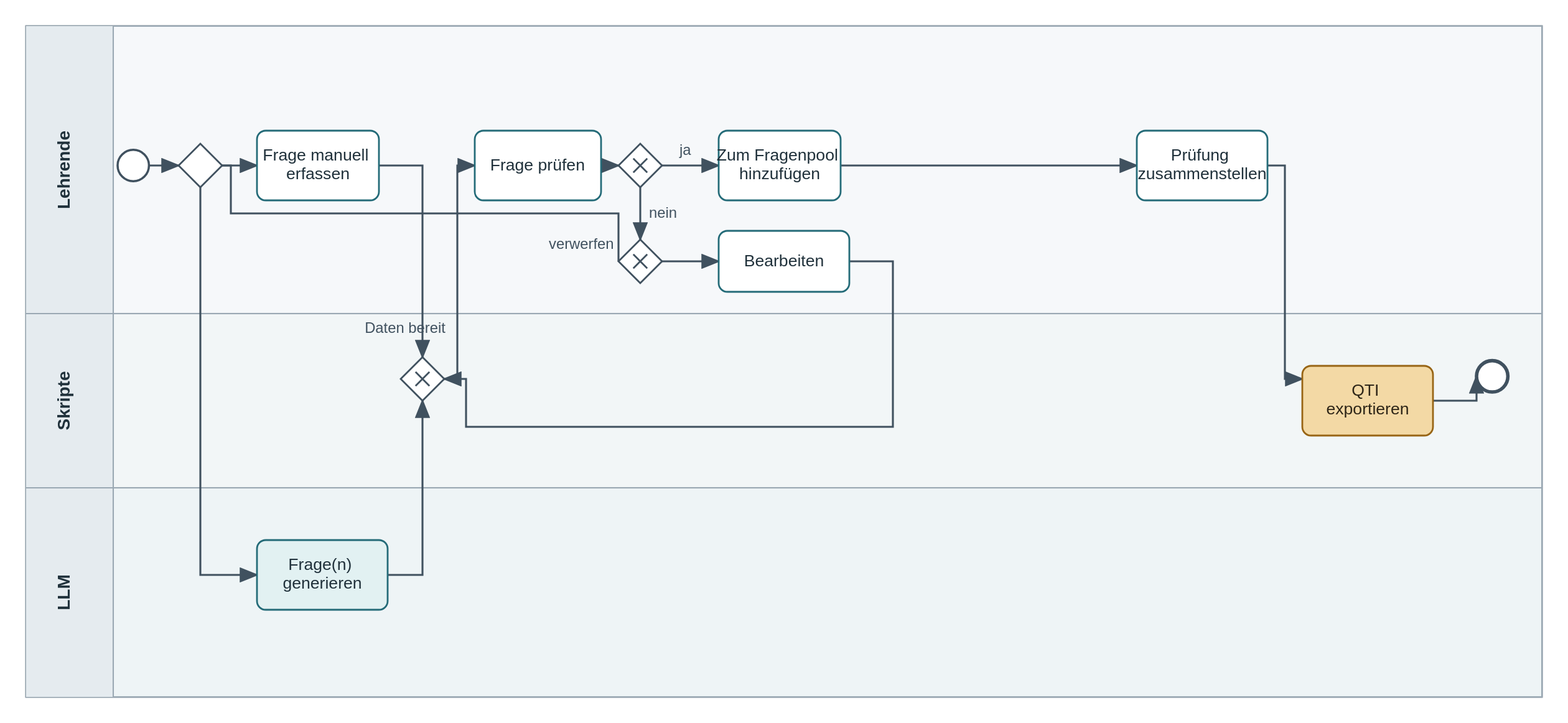
Above: assets/images/lena-process.svg in kllmanu/ba (BPMN), before the change. Its source is kept beside it as assets/lena-process.bpmn. Ids are renumbered.
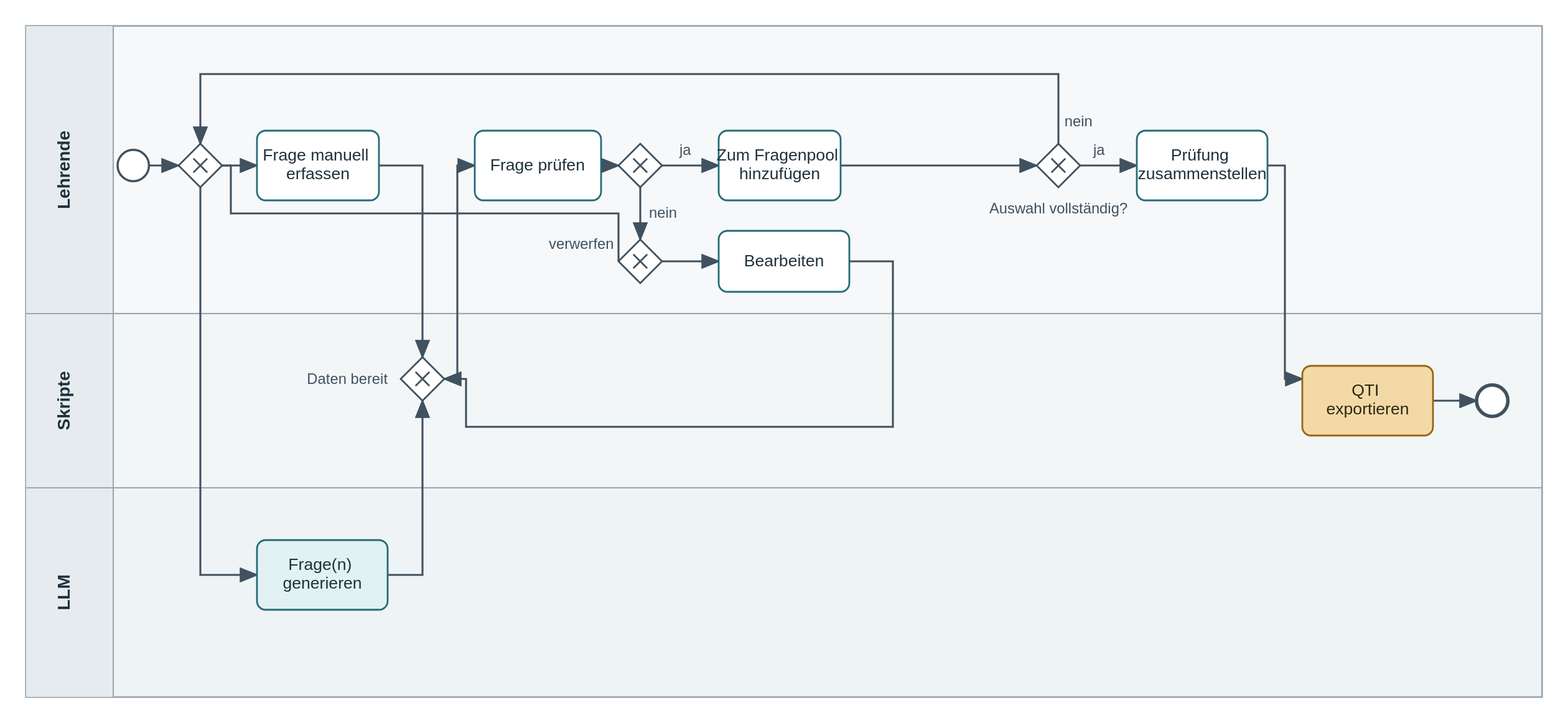
After the commit.

The edit, as a diff of the source:
```diff
@@ -14,6 +14,7 @@
                 <bpmn:flowNodeRef>Gateway_Revise</bpmn:flowNodeRef>
                 <bpmn:flowNodeRef>UserTask_ManualEdit</bpmn:flowNodeRef>
                 <bpmn:flowNodeRef>UserTask_AddSelection</bpmn:flowNodeRef>
+                <bpmn:flowNodeRef>Gateway_MoreQuestions</bpmn:flowNodeRef>
                 <bpmn:flowNodeRef>UserTask_Assemble</bpmn:flowNodeRef>
             </bpmn:lane>
             <bpmn:lane id="Lane_Scripts" name="Skripte">
@@ -39,6 +40,8 @@
             gatewayDirection="Diverging" />
         <bpmn:userTask id="UserTask_ManualEdit" name="Bearbeiten" />
         <bpmn:userTask id="UserTask_AddSelection" name="Zum Fragenpool hinzufügen" />
+        <bpmn:exclusiveGateway id="Gateway_MoreQuestions" name="Auswahl vollständig?"
+            gatewayDirection="Diverging" />
         <bpmn:userTask id="UserTask_Assemble" name="Prüfung zusammenstellen" />
         <bpmn:serviceTask id="ServiceTask_Export" name="QTI exportieren" />
         <bpmn:endEvent id="EndEvent_End" name="Prüfung exportiert" />
@@ -64,6 +67,10 @@
             targetRef="Gateway_Source" />
         <bpmn:sequenceFlow id="Flow_16" sourceRef="UserTask_ManualEdit" targetRef="Gateway_Created" />
         <bpmn:sequenceFlow id="Flow_18" sourceRef="UserTask_AddSelection"
+            targetRef="Gateway_MoreQuestions" />
+        <bpmn:sequenceFlow id="Flow_19" name="nein" sourceRef="Gateway_MoreQuestions"
+            targetRef="Gateway_Source" />
+        <bpmn:sequenceFlow id="Flow_20" name="ja" sourceRef="Gateway_MoreQuestions"
             targetRef="UserTask_Assemble" />
         <bpmn:sequenceFlow id="Flow_21" sourceRef="UserTask_Assemble" targetRef="ServiceTask_Export" />
         <bpmn:sequenceFlow id="Flow_22" sourceRef="ServiceTask_Export" targetRef="EndEvent_End" />
@@ -97,7 +104,7 @@
                 isMarkerVisible="true">
                 <dc:Bounds x="460" y="410" width="50" height="50" />
                 <bpmndi:BPMNLabel>
-                    <dc:Bounds x="390" y="372" width="150" height="24" />
+                    <dc:Bounds x="335" y="423" width="110" height="24" />
                 </bpmndi:BPMNLabel>
             </bpmndi:BPMNShape>
             <bpmndi:BPMNShape id="Shape_Review" bpmnElement="UserTask_Review">
@@ -116,6 +123,13 @@
             <bpmndi:BPMNShape id="Shape_AddSelection" bpmnElement="UserTask_AddSelection">
                 <dc:Bounds x="825" y="150" width="140" height="80" />
             </bpmndi:BPMNShape>
+            <bpmndi:BPMNShape id="Shape_MoreQuestions" bpmnElement="Gateway_MoreQuestions"
+                isMarkerVisible="true">
+                <dc:Bounds x="1190" y="165" width="50" height="50" />
+                <bpmndi:BPMNLabel>
+                    <dc:Bounds x="1140" y="225" width="150" height="24" />
+                </bpmndi:BPMNLabel>
+            </bpmndi:BPMNShape>
             <bpmndi:BPMNShape id="Shape_Assemble" bpmnElement="UserTask_Assemble">
                 <dc:Bounds x="1305" y="150" width="150" height="80" />
             </bpmndi:BPMNShape>
@@ -123,7 +137,7 @@
                 <dc:Bounds x="1495" y="420" width="150" height="80" />
             </bpmndi:BPMNShape>
             <bpmndi:BPMNShape id="Shape_End" bpmnElement="EndEvent_End">
-                <dc:Bounds x="1695" y="414" width="36" height="36" />
+                <dc:Bounds x="1695" y="442" width="36" height="36" />
             </bpmndi:BPMNShape>
             <bpmndi:BPMNEdge id="Edge_01" bpmnElement="Flow_01">
                 <di:waypoint x="171" y="190" />
@@ -187,6 +201,16 @@
             </bpmndi:BPMNEdge>
             <bpmndi:BPMNEdge id="Edge_18" bpmnElement="Flow_18">
                 <di:waypoint x="965" y="190" />
+                <di:waypoint x="1190" y="190" />
+            </bpmndi:BPMNEdge>
+            <bpmndi:BPMNEdge id="Edge_19" bpmnElement="Flow_19">
+                <di:waypoint x="1215" y="165" />
+                <di:waypoint x="1215" y="85" />
+                <di:waypoint x="230" y="85" />
+                <di:waypoint x="230" y="165" />
+            </bpmndi:BPMNEdge>
+            <bpmndi:BPMNEdge id="Edge_20" bpmnElement="Flow_20">
+                <di:waypoint x="1240" y="190" />
                 <di:waypoint x="1305" y="190" />
             </bpmndi:BPMNEdge>
             <bpmndi:BPMNEdge id="Edge_21" bpmnElement="Flow_21">
@@ -198,7 +222,6 @@
             <bpmndi:BPMNEdge id="Edge_22" bpmnElement="Flow_22">
                 <di:waypoint x="1645" y="460" />
                 <di:waypoint x="1695" y="460" />
-                <di:waypoint x="1695" y="432" />
             </bpmndi:BPMNEdge>
         </bpmndi:BPMNPlane>
     </bpmndi:BPMNDiagram>
```
